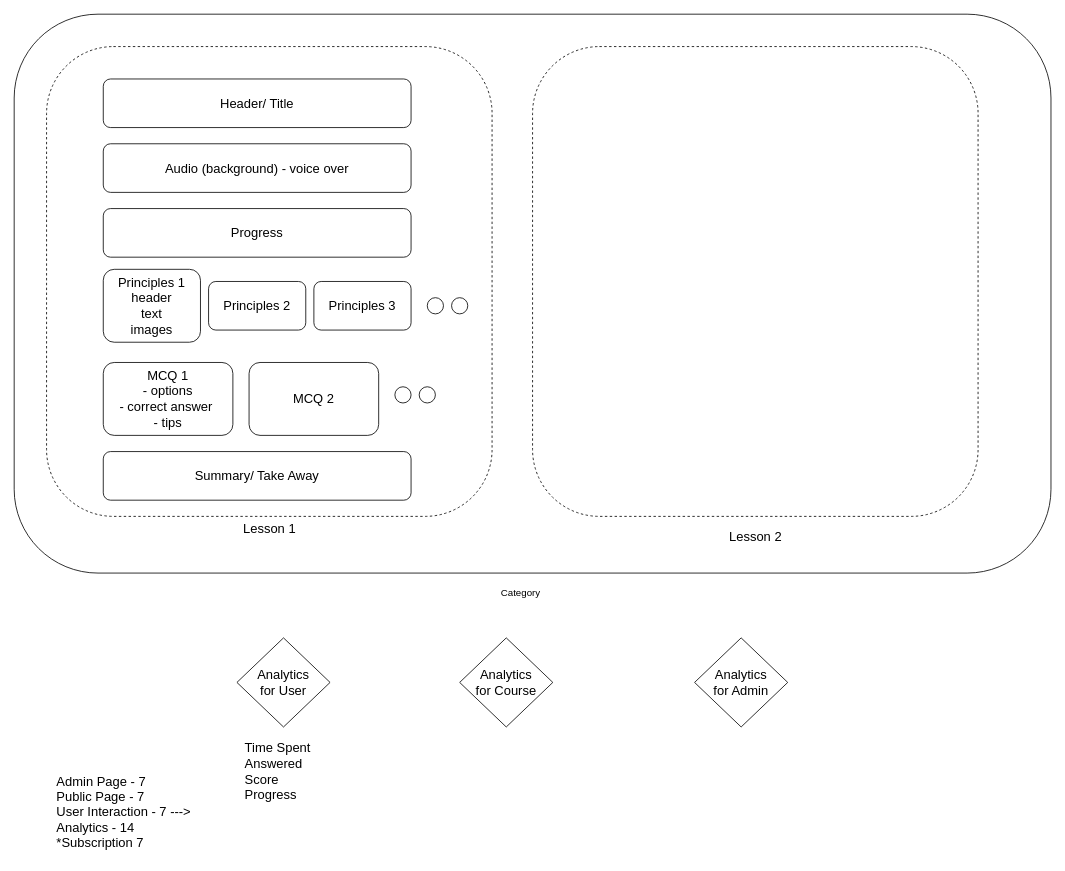
This is page "LearningModule" (2 of 3) of projects/Learning.drawio from Jablu/diagrams, a draw.io file, before an edit. Source tidied: cells renumbered, new cells numbered last; positions are measured from the earlier drawing's top-left corner, leaving out a move shared by most shapes. Both pictures are drawn from the tidied source at 81%, with x=0, y=0 at pixel (14, 14).
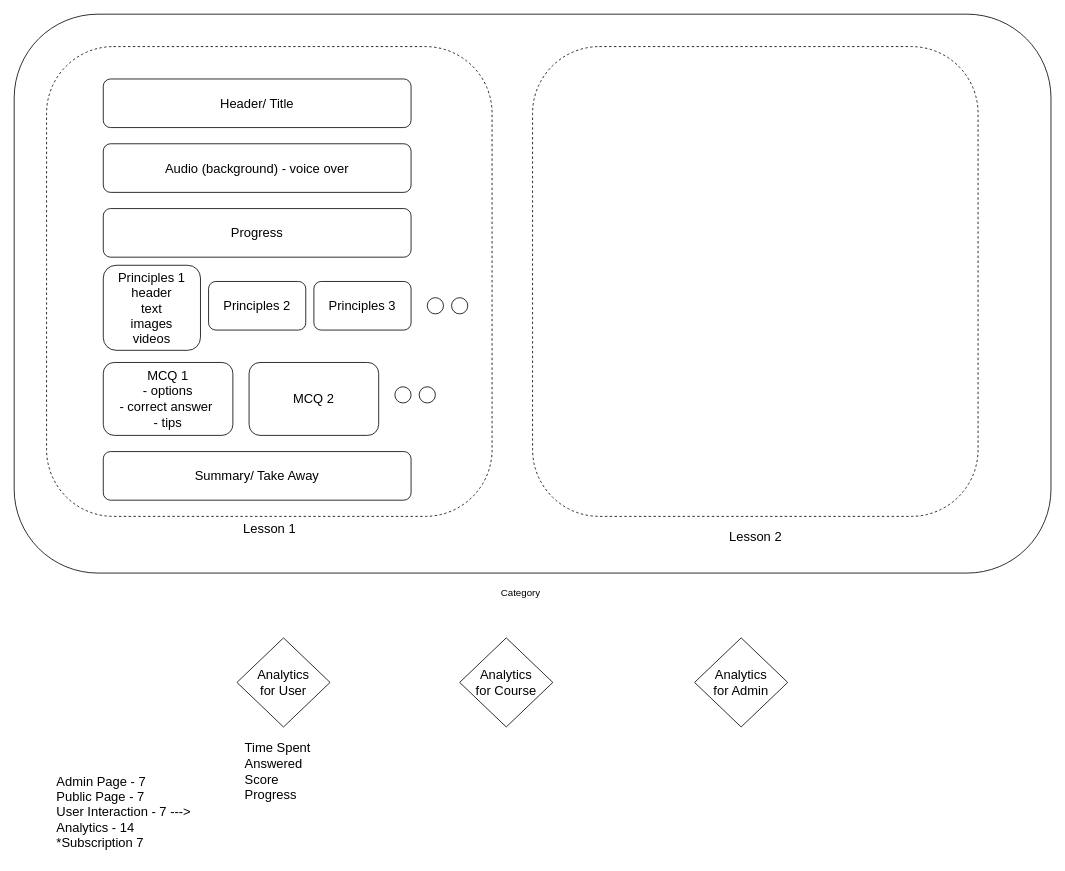
After the change.

Diff of the diagram source:
```diff
@@
-    <mxCell id="7" value="Principles 1&lt;div&gt;header&lt;/div&gt;&lt;div&gt;text&lt;/div&gt;&lt;div&gt;images&lt;/div&gt;" style="rounded=1;whiteSpace=wrap;html=1;fontSize=16;" parent="1" vertex="1">
-      <mxGeometry x="110" y="315" width="120" height="90" as="geometry" />
+    <mxCell id="7" value="Principles 1&lt;div&gt;header&lt;/div&gt;&lt;div&gt;text&lt;/div&gt;&lt;div&gt;images&lt;/div&gt;&lt;div&gt;videos&lt;/div&gt;" style="rounded=1;whiteSpace=wrap;html=1;fontSize=16;" parent="1" vertex="1">
+      <mxGeometry x="110" y="310" width="120" height="105" as="geometry" />
     </mxCell>
```
